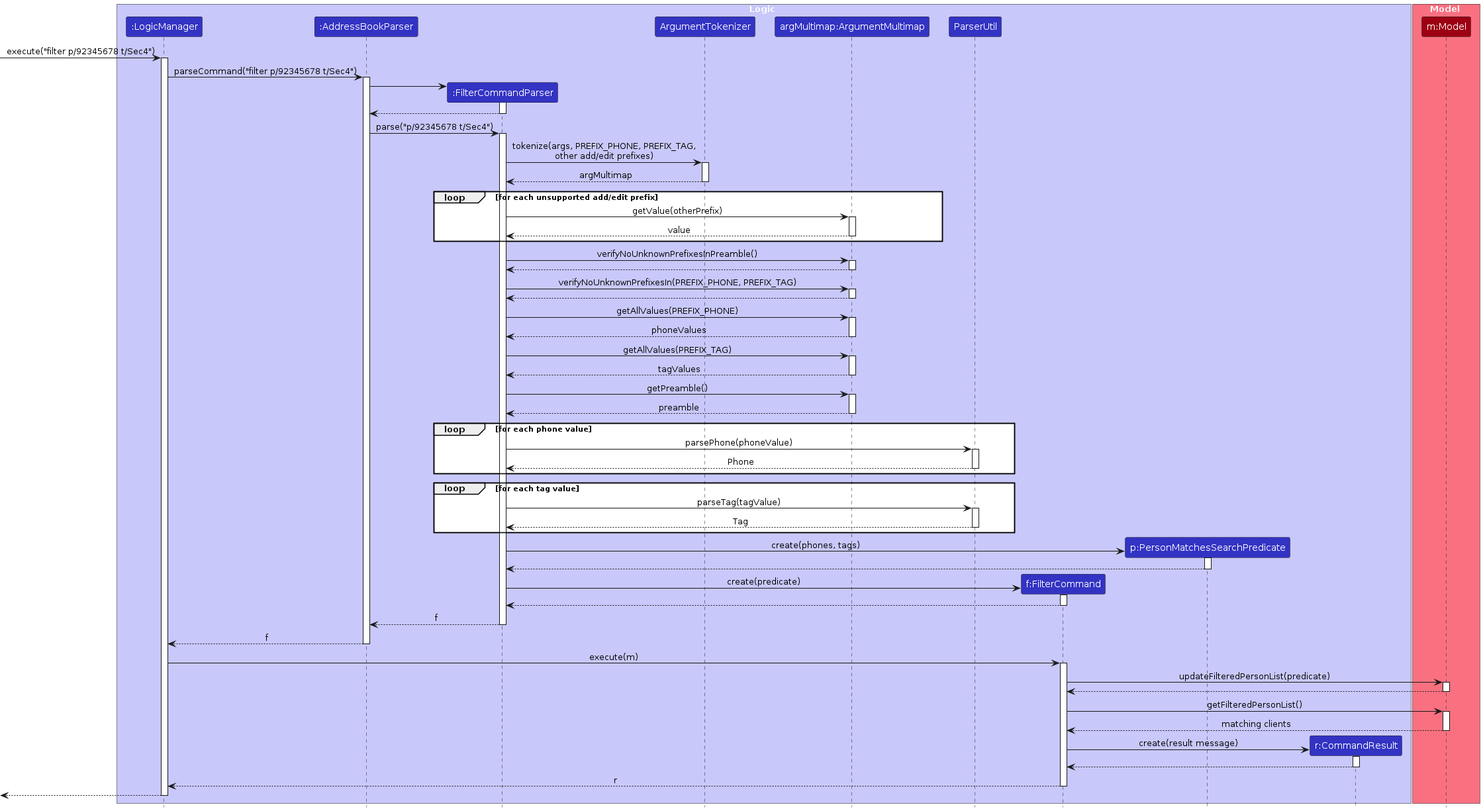
The PlantUML diagram diagrams/FilterSequenceDiagram.png in AY2627S1-CS2103T-T08-4/tp, before a commit. Its source is kept beside it as diagrams/FilterSequenceDiagram.puml.
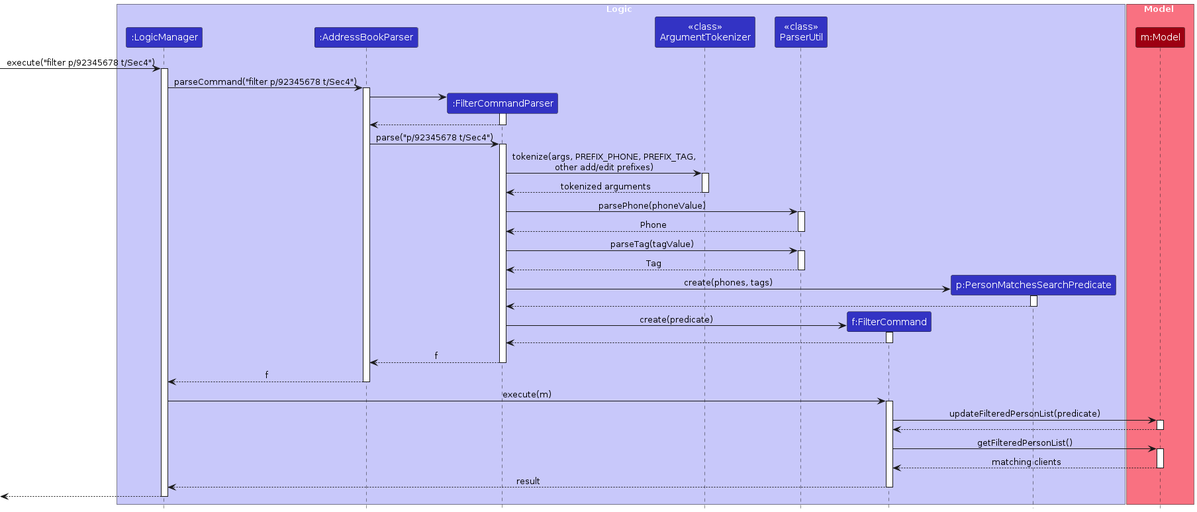
Above is the later version.

Diff of the diagram source:
```diff
@@ -6,12 +6,10 @@
 participant ":LogicManager" as LogicManager LOGIC_COLOR
 participant ":AddressBookParser" as AddressBookParser LOGIC_COLOR
 participant ":FilterCommandParser" as FilterCommandParser LOGIC_COLOR
-participant "ArgumentTokenizer" as ArgumentTokenizer LOGIC_COLOR
-participant "argMultimap:ArgumentMultimap" as ArgumentMultimap LOGIC_COLOR
-participant "ParserUtil" as ParserUtil LOGIC_COLOR
+participant "<<class>>\nArgumentTokenizer" as ArgumentTokenizer LOGIC_COLOR
+participant "<<class>>\nParserUtil" as ParserUtil LOGIC_COLOR
 participant "f:FilterCommand" as FilterCommand LOGIC_COLOR
 participant "p:PersonMatchesSearchPredicate" as Predicate LOGIC_COLOR
-participant "r:CommandResult" as CommandResult LOGIC_COLOR
 end box
 
 box Model MODEL_COLOR_T1
@@ -34,54 +32,17 @@
 activate FilterCommandParser
 FilterCommandParser -> ArgumentTokenizer : tokenize(args, PREFIX_PHONE, PREFIX_TAG,\nother add/edit prefixes)
 activate ArgumentTokenizer
-ArgumentTokenizer --> FilterCommandParser : argMultimap
+ArgumentTokenizer --> FilterCommandParser : tokenized arguments
 deactivate ArgumentTokenizer
 
-loop for each unsupported add/edit prefix
-    FilterCommandParser -> ArgumentMultimap : getValue(otherPrefix)
-    activate ArgumentMultimap
-    ArgumentMultimap --> FilterCommandParser : value
-    deactivate ArgumentMultimap
-end
-
-FilterCommandParser -> ArgumentMultimap : verifyNoUnknownPrefixesInPreamble()
-activate ArgumentMultimap
-ArgumentMultimap --> FilterCommandParser
-deactivate ArgumentMultimap
-
-FilterCommandParser -> ArgumentMultimap : verifyNoUnknownPrefixesIn(PREFIX_PHONE, PREFIX_TAG)
-activate ArgumentMultimap
-ArgumentMultimap --> FilterCommandParser
-deactivate ArgumentMultimap
-
-FilterCommandParser -> ArgumentMultimap : getAllValues(PREFIX_PHONE)
-activate ArgumentMultimap
-ArgumentMultimap --> FilterCommandParser : phoneValues
-deactivate ArgumentMultimap
-
-FilterCommandParser -> ArgumentMultimap : getAllValues(PREFIX_TAG)
-activate ArgumentMultimap
-ArgumentMultimap --> FilterCommandParser : tagValues
-deactivate ArgumentMultimap
-
-FilterCommandParser -> ArgumentMultimap : getPreamble()
-activate ArgumentMultimap
-ArgumentMultimap --> FilterCommandParser : preamble
-deactivate ArgumentMultimap
-
-loop for each phone value
-    FilterCommandParser -> ParserUtil : parsePhone(phoneValue)
-    activate ParserUtil
-    ParserUtil --> FilterCommandParser : Phone
-    deactivate ParserUtil
-end
-
-loop for each tag value
-    FilterCommandParser -> ParserUtil : parseTag(tagValue)
-    activate ParserUtil
-    ParserUtil --> FilterCommandParser : Tag
-    deactivate ParserUtil
-end
+FilterCommandParser -> ParserUtil : parsePhone(phoneValue)
+activate ParserUtil
+ParserUtil --> FilterCommandParser : Phone
+deactivate ParserUtil
+FilterCommandParser -> ParserUtil : parseTag(tagValue)
+activate ParserUtil
+ParserUtil --> FilterCommandParser : Tag
+deactivate ParserUtil
 
 create Predicate
 FilterCommandParser -> Predicate : create(phones, tags)
@@ -110,12 +71,7 @@
 Model --> FilterCommand : matching clients
 deactivate Model
 
-create CommandResult
-FilterCommand -> CommandResult : create(result message)
-activate CommandResult
-CommandResult --> FilterCommand
-deactivate CommandResult
-FilterCommand --> LogicManager : r
+FilterCommand --> LogicManager : result
 deactivate FilterCommand
 
 [<--LogicManager
```
